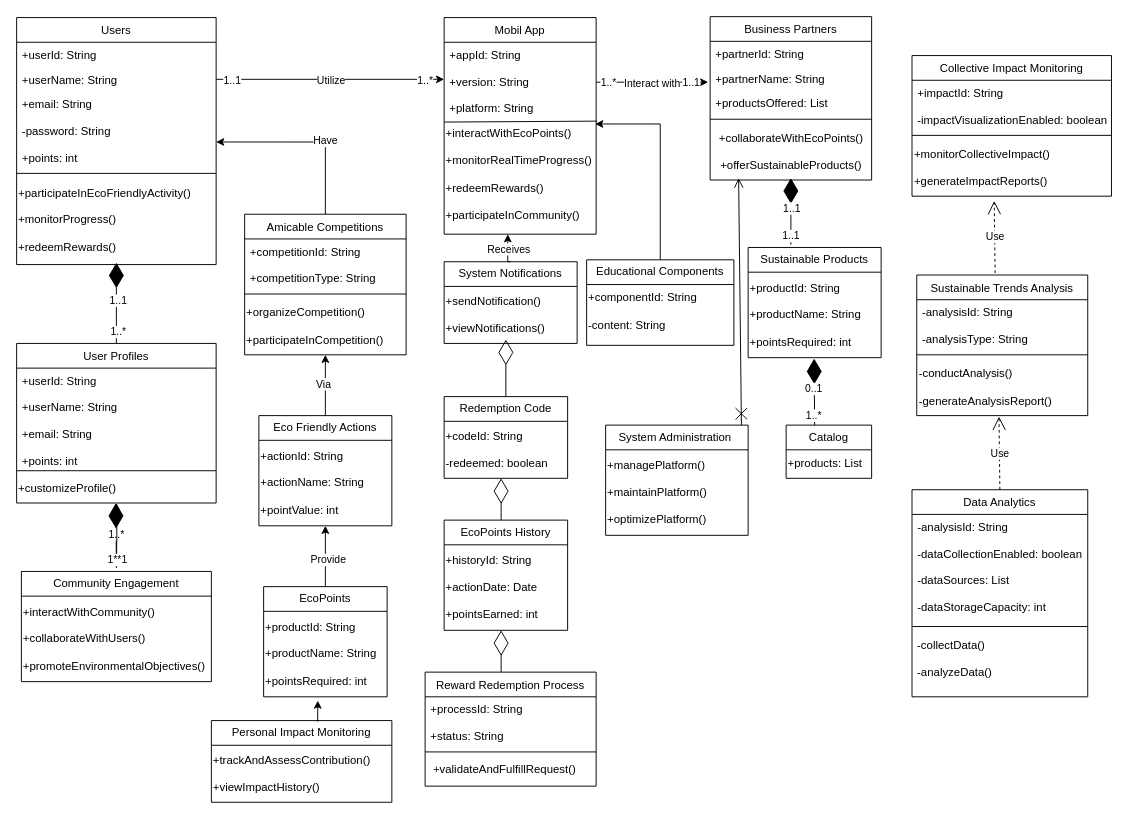
Before: Untitled Diagram.drawio in biabcp/UML-Domain-Class-Diagram, a draw.io diagram. Source tidied: cells renumbered, new cells numbered last; positions are measured from the earlier drawing's top-left corner, leaving out a move shared by most shapes. Both pictures are drawn from the tidied source at 95%, with x=0, y=0 at pixel (16, 16).
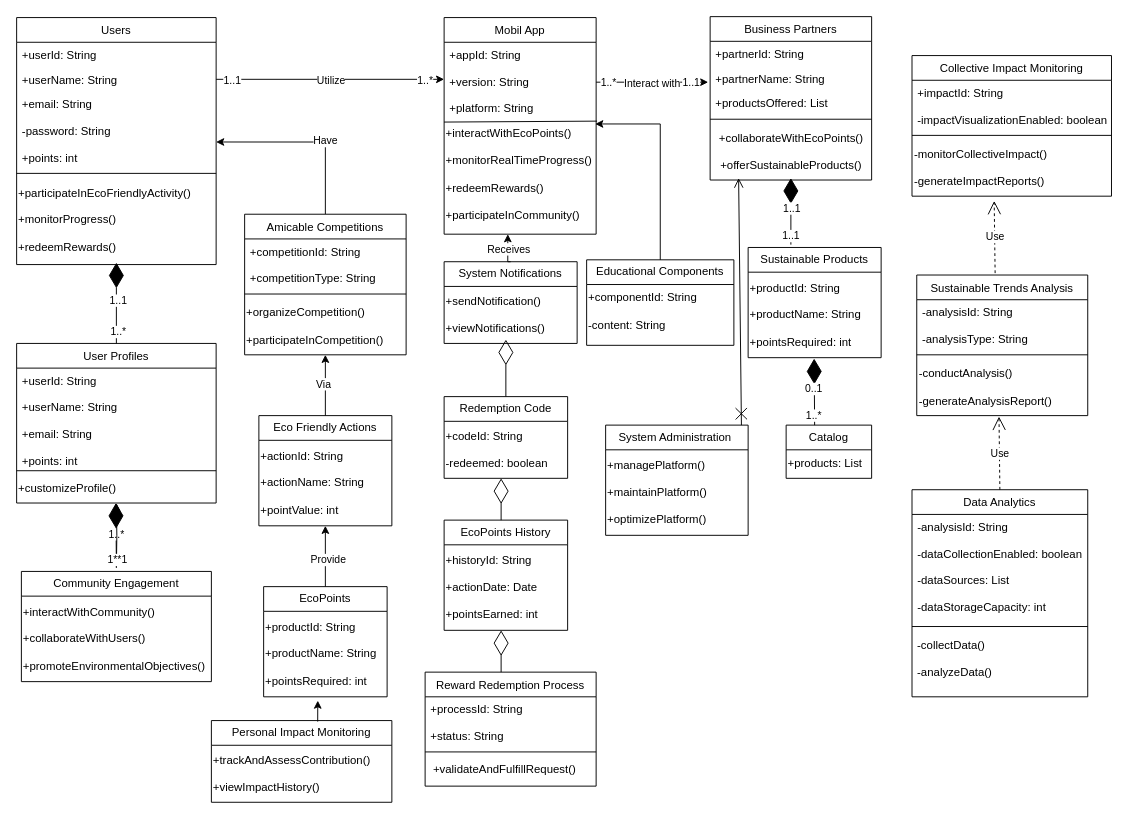
The same page after the edit.

Commit message:
EcoPoints Domain Class Diagram.drawio

Unchanged cells that the change refers to:
```xml
<mxCell id="96" value="Collective Impact Monitoring" style="swimlane;fontStyle=0;align=center;verticalAlign=top;horizontal=1;startSize=26;rounded=0;shadow=0;strokeWidth=1;" parent="1" vertex="1">
  <mxGeometry x="942.5" y="41" width="210" height="148" as="geometry" />
</mxCell>
```

Change to the diagram source:
```diff
@@
-    <mxCell id="99" value="&lt;div&gt;+monitorCollectiveImpact()&lt;/div&gt;&lt;div&gt;&lt;br&gt;&lt;/div&gt;&lt;div&gt;+generateImpactReports()&lt;/div&gt;" style="text;html=1;align=left;verticalAlign=middle;points=[];strokeColor=none;fillColor=none;" parent="96" vertex="1">
+    <mxCell id="99" value="&lt;div&gt;-monitorCollectiveImpact()&lt;/div&gt;&lt;div&gt;&lt;br&gt;&lt;/div&gt;&lt;div&gt;-generateImpactReports()&lt;/div&gt;" style="text;html=1;align=left;verticalAlign=middle;points=[];strokeColor=none;fillColor=none;" parent="96" vertex="1">
       <mxGeometry y="88" width="210" height="60" as="geometry" />
     </mxCell>
```
